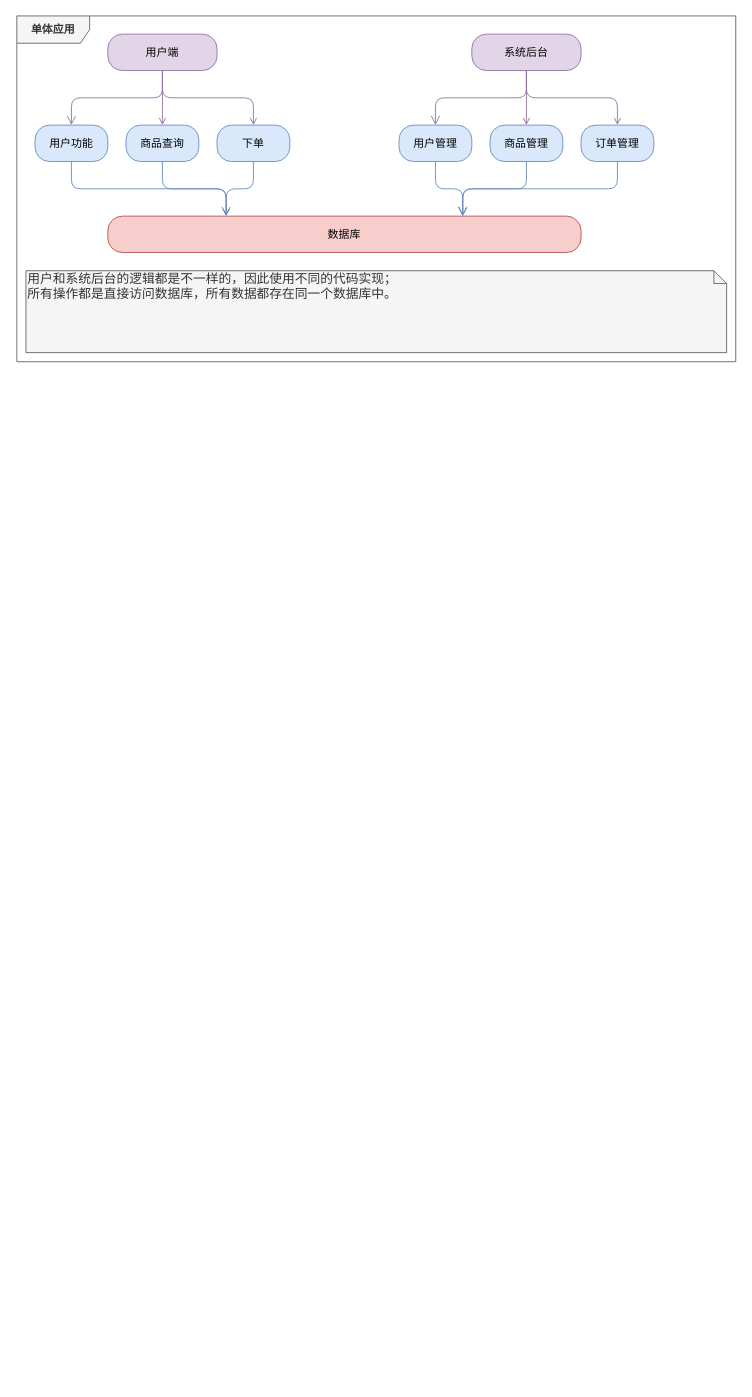
The draw.io diagram page "微服务架构演变" (2 of 2) of tyz-流程图.drawio in Woobhurk/tyz-pic-repo, before the edit. Source tidied: cells renumbered, new cells numbered last; positions are measured from the earlier drawing's top-left corner, leaving out a move shared by most shapes. Both pictures are drawn from the tidied source at 91%, with x=0, y=0 at pixel (16, 15).
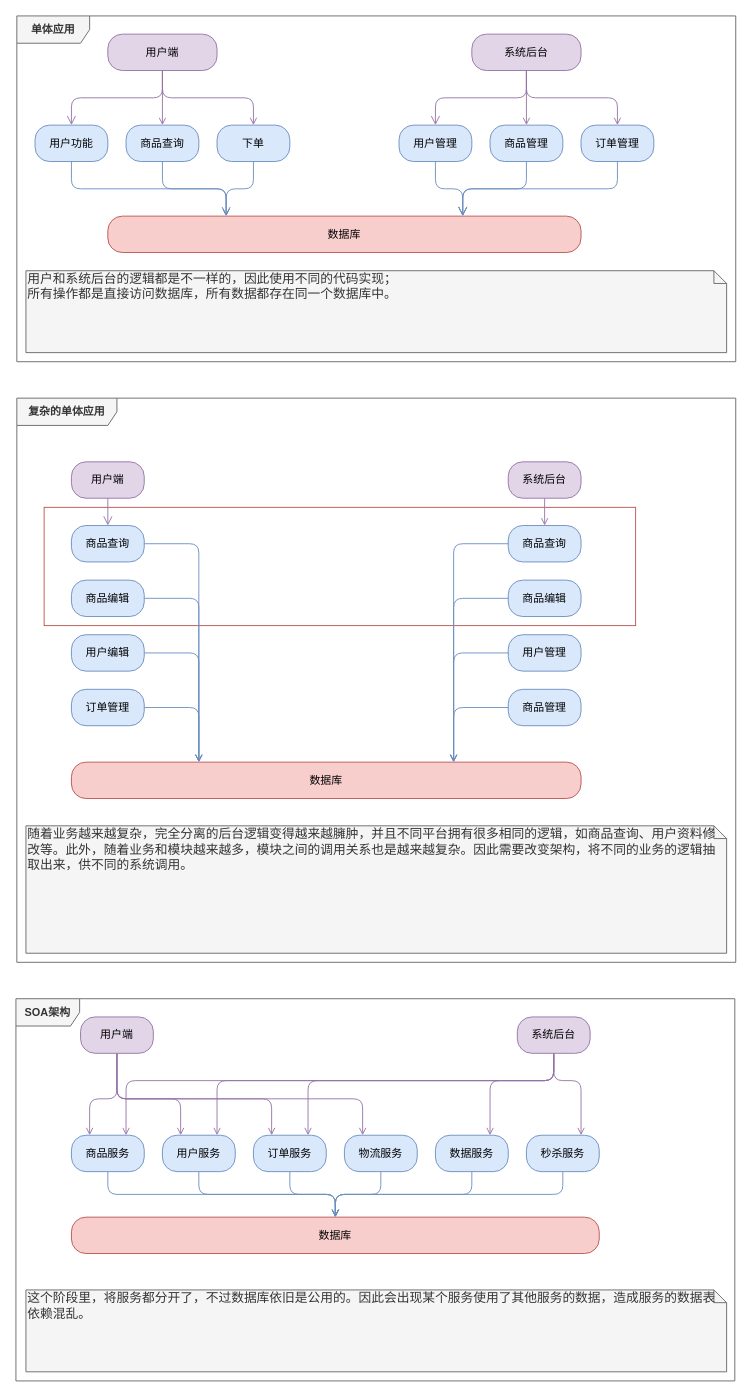
The same diagram, later.

The change refers to these unchanged cells:
```xml
<mxCell id="5" value="用户端" style="rounded=1;whiteSpace=wrap;html=1;arcSize=40;fillColor=#e1d5e7;strokeColor=#9673a6;" parent="1" vertex="1">
  <mxGeometry x="100" y="20" width="120" height="40" as="geometry" />
</mxCell>
<mxCell id="9" value="系统后台" style="rounded=1;whiteSpace=wrap;html=1;arcSize=40;fillColor=#e1d5e7;strokeColor=#9673a6;" parent="1" vertex="1">
  <mxGeometry x="500" y="20" width="120" height="40" as="geometry" />
</mxCell>
<mxCell id="13" value="商品管理" style="rounded=1;whiteSpace=wrap;html=1;arcSize=40;fillColor=#dae8fc;strokeColor=#6c8ebf;" parent="1" vertex="1">
  <mxGeometry x="520" y="120" width="80" height="40" as="geometry" />
</mxCell>
<mxCell id="15" value="订单管理" style="rounded=1;whiteSpace=wrap;html=1;arcSize=40;fillColor=#dae8fc;strokeColor=#6c8ebf;" parent="1" vertex="1">
  <mxGeometry x="620" y="120" width="80" height="40" as="geometry" />
</mxCell>
<mxCell id="17" value="用户功能" style="rounded=1;whiteSpace=wrap;html=1;arcSize=40;fillColor=#dae8fc;strokeColor=#6c8ebf;" parent="1" vertex="1">
  <mxGeometry x="20" y="120" width="80" height="40" as="geometry" />
</mxCell>
<mxCell id="20" value="商品查询" style="rounded=1;whiteSpace=wrap;html=1;arcSize=40;fillColor=#dae8fc;strokeColor=#6c8ebf;" parent="1" vertex="1">
  <mxGeometry x="120" y="120" width="80" height="40" as="geometry" />
</mxCell>
<mxCell id="22" value="下单" style="rounded=1;whiteSpace=wrap;html=1;arcSize=40;fillColor=#dae8fc;strokeColor=#6c8ebf;" parent="1" vertex="1">
  <mxGeometry x="220" y="120" width="80" height="40" as="geometry" />
</mxCell>
<mxCell id="23" value="数据库" style="rounded=1;whiteSpace=wrap;html=1;arcSize=40;fillColor=#f8cecc;strokeColor=#b85450;fontStyle=0;" parent="1" vertex="1">
  <mxGeometry x="100" y="220" width="520" height="40" as="geometry" />
</mxCell>
```

The edit, as a diff of the source:
```diff
@@
+    <mxCell id="25" value="SOA架构" style="shape=umlFrame;whiteSpace=wrap;html=1;fillColor=#f5f5f5;fontSize=12;strokeColor=#666666;fontColor=#333333;fontStyle=1;width=70;height=30;" parent="1" vertex="1">
+      <mxGeometry x="-1" y="1080" width="790" height="420" as="geometry" />
+    </mxCell>
+    <mxCell id="26" style="rounded=0;whiteSpace=wrap;html=1;fillColor=none;strokeColor=#b85450;" parent="1" vertex="1">
+      <mxGeometry x="30" y="540" width="650" height="130" as="geometry" />
+    </mxCell>
@@
-    <mxCell id="3" style="edgeStyle=orthogonalEdgeStyle;rounded=1;jettySize=auto;html=1;exitX=0.5;exitY=1;exitDx=0;exitDy=0;entryX=0.5;entryY=0;entryDx=0;entryDy=0;strokeColor=#9673a6;fillColor=#e1d5e7;endArrow=open;endFill=0;" parent="1" edge="1" source="5" target="20">
+    <mxCell id="3" style="edgeStyle=orthogonalEdgeStyle;rounded=1;jettySize=auto;html=1;exitX=0.5;exitY=1;exitDx=0;exitDy=0;entryX=0.5;entryY=0;entryDx=0;entryDy=0;strokeColor=#9673a6;fillColor=#e1d5e7;endArrow=open;endFill=0;verticalAlign=bottom;" parent="1" edge="1" source="5" target="20">
       <mxGeometry relative="1" as="geometry" />
     </mxCell>
-    <mxCell id="4" style="edgeStyle=orthogonalEdgeStyle;rounded=1;jettySize=auto;html=1;exitX=0.5;exitY=1;exitDx=0;exitDy=0;strokeColor=#9673a6;fillColor=#e1d5e7;endArrow=open;endFill=0;" parent="1" edge="1" source="5" target="22">
+    <mxCell id="4" style="edgeStyle=orthogonalEdgeStyle;rounded=1;jettySize=auto;html=1;exitX=0.5;exitY=1;exitDx=0;exitDy=0;strokeColor=#9673a6;fillColor=#e1d5e7;endArrow=open;endFill=0;verticalAlign=bottom;" parent="1" edge="1" source="5" target="22">
       <mxGeometry relative="1" as="geometry" />
     </mxCell>
@@
-    <mxCell id="7" style="edgeStyle=orthogonalEdgeStyle;rounded=1;jettySize=auto;html=1;exitX=0.5;exitY=1;exitDx=0;exitDy=0;entryX=0.5;entryY=0;entryDx=0;entryDy=0;strokeColor=#9673a6;fillColor=#e1d5e7;endArrow=open;endFill=0;" parent="1" edge="1" source="9" target="13">
+    <mxCell id="7" style="edgeStyle=orthogonalEdgeStyle;rounded=1;jettySize=auto;html=1;exitX=0.5;exitY=1;exitDx=0;exitDy=0;entryX=0.5;entryY=0;entryDx=0;entryDy=0;strokeColor=#9673a6;fillColor=#e1d5e7;endArrow=open;endFill=0;verticalAlign=bottom;" parent="1" edge="1" source="9" target="13">
       <mxGeometry relative="1" as="geometry" />
     </mxCell>
-    <mxCell id="8" style="edgeStyle=orthogonalEdgeStyle;rounded=1;jettySize=auto;html=1;exitX=0.5;exitY=1;exitDx=0;exitDy=0;entryX=0.5;entryY=0;entryDx=0;entryDy=0;strokeColor=#9673a6;fillColor=#e1d5e7;endArrow=open;endFill=0;" parent="1" edge="1" source="9" target="15">
+    <mxCell id="8" style="edgeStyle=orthogonalEdgeStyle;rounded=1;jettySize=auto;html=1;exitX=0.5;exitY=1;exitDx=0;exitDy=0;entryX=0.5;entryY=0;entryDx=0;entryDy=0;strokeColor=#9673a6;fillColor=#e1d5e7;endArrow=open;endFill=0;verticalAlign=bottom;" parent="1" edge="1" source="9" target="15">
       <mxGeometry relative="1" as="geometry" />
     </mxCell>
@@
-    <mxCell id="18" style="edgeStyle=orthogonalEdgeStyle;html=1;verticalAlign=bottom;endArrow=open;endSize=8;strokeColor=#6c8ebf;entryX=0.25;entryY=0;entryDx=0;entryDy=0;fillColor=#dae8fc;endFill=0;" parent="1" edge="1" source="17" target="23">
+    <mxCell id="18" style="edgeStyle=orthogonalEdgeStyle;html=1;verticalAlign=bottom;endArrow=open;endSize=8;strokeColor=#6c8ebf;entryX=0.25;entryY=0;entryDx=0;entryDy=0;fillColor=#dae8fc;endFill=0;rounded=1;" parent="1" edge="1" source="17" target="23">
       <mxGeometry relative="1" as="geometry">
         <Array as="points">
           <mxPoint x="60" y="190" />
           <mxPoint x="230" y="190" />
         </Array>
       </mxGeometry>
     </mxCell>
-    <mxCell id="19" style="edgeStyle=orthogonalEdgeStyle;rounded=1;jettySize=auto;html=1;exitX=0.5;exitY=1;exitDx=0;exitDy=0;entryX=0.25;entryY=0;entryDx=0;entryDy=0;strokeColor=#6c8ebf;fillColor=#dae8fc;endArrow=open;endFill=0;" parent="1" edge="1" source="20" target="23">
+    <mxCell id="19" style="edgeStyle=orthogonalEdgeStyle;rounded=1;jettySize=auto;html=1;exitX=0.5;exitY=1;exitDx=0;exitDy=0;entryX=0.25;entryY=0;entryDx=0;entryDy=0;strokeColor=#6c8ebf;fillColor=#dae8fc;endArrow=open;endFill=0;verticalAlign=bottom;" parent="1" edge="1" source="20" target="23">
       <mxGeometry relative="1" as="geometry">
         <Array as="points">
           <mxPoint x="160" y="190" />
           <mxPoint x="230" y="190" />
         </Array>
       </mxGeometry>
     </mxCell>
@@
-    <mxCell id="21" style="edgeStyle=orthogonalEdgeStyle;rounded=1;jettySize=auto;html=1;exitX=0.5;exitY=1;exitDx=0;exitDy=0;strokeColor=#6c8ebf;entryX=0.25;entryY=0;entryDx=0;entryDy=0;fillColor=#dae8fc;endArrow=open;endFill=0;" parent="1" edge="1" source="22" target="23">
+    <mxCell id="21" style="edgeStyle=orthogonalEdgeStyle;rounded=1;jettySize=auto;html=1;exitX=0.5;exitY=1;exitDx=0;exitDy=0;strokeColor=#6c8ebf;entryX=0.25;entryY=0;entryDx=0;entryDy=0;fillColor=#dae8fc;endArrow=open;endFill=0;verticalAlign=bottom;" parent="1" edge="1" source="22" target="23">
       <mxGeometry relative="1" as="geometry">
         <Array as="points">
           <mxPoint x="260" y="190" />
           <mxPoint x="230" y="190" />
         </Array>
       </mxGeometry>
     </mxCell>
@@
+    <mxCell id="27" value="用户端" style="rounded=1;whiteSpace=wrap;html=1;arcSize=40;fillColor=#e1d5e7;strokeColor=#9673a6;" parent="1" vertex="1">
+      <mxGeometry x="60" y="490" width="80" height="40" as="geometry" />
+    </mxCell>
+    <mxCell id="28" style="edgeStyle=orthogonalEdgeStyle;html=1;verticalAlign=bottom;endArrow=open;endSize=8;strokeColor=#9673a6;entryX=0.5;entryY=0;entryDx=0;entryDy=0;fillColor=#e1d5e7;rounded=1;" parent="1" edge="1" source="27" target="32">
+      <mxGeometry relative="1" as="geometry" />
+    </mxCell>
+    <mxCell id="29" style="edgeStyle=orthogonalEdgeStyle;rounded=1;jettySize=auto;html=1;exitX=0.5;exitY=1;exitDx=0;exitDy=0;entryX=0.5;entryY=0;entryDx=0;entryDy=0;endArrow=open;endFill=0;fillColor=#e1d5e7;strokeColor=#9673a6;verticalAlign=bottom;" parent="1" edge="1" source="30" target="40">
+      <mxGeometry relative="1" as="geometry" />
+    </mxCell>
+    <mxCell id="30" value="系统后台" style="rounded=1;whiteSpace=wrap;html=1;arcSize=40;fillColor=#e1d5e7;strokeColor=#9673a6;" parent="1" vertex="1">
+      <mxGeometry x="540" y="490" width="80" height="40" as="geometry" />
+    </mxCell>
+    <mxCell id="31" style="edgeStyle=orthogonalEdgeStyle;rounded=1;jettySize=auto;html=1;exitX=1;exitY=0.5;exitDx=0;exitDy=0;entryX=0.25;entryY=0;entryDx=0;entryDy=0;endArrow=open;endFill=0;fillColor=#dae8fc;strokeColor=#6c8ebf;verticalAlign=bottom;" parent="1" edge="1" source="32" target="47">
+      <mxGeometry relative="1" as="geometry" />
+    </mxCell>
+    <mxCell id="32" value="商品查询" style="rounded=1;whiteSpace=wrap;html=1;arcSize=40;fillColor=#dae8fc;strokeColor=#6c8ebf;" parent="1" vertex="1">
+      <mxGeometry x="60" y="560" width="80" height="40" as="geometry" />
+    </mxCell>
+    <mxCell id="33" style="edgeStyle=orthogonalEdgeStyle;rounded=1;jettySize=auto;html=1;exitX=1;exitY=0.5;exitDx=0;exitDy=0;entryX=0.25;entryY=0;entryDx=0;entryDy=0;endArrow=open;endFill=0;fillColor=#dae8fc;strokeColor=#6c8ebf;verticalAlign=bottom;" parent="1" edge="1" source="34" target="47">
+      <mxGeometry relative="1" as="geometry" />
+    </mxCell>
+    <mxCell id="34" value="用户编辑" style="rounded=1;whiteSpace=wrap;html=1;arcSize=40;fillColor=#dae8fc;strokeColor=#6c8ebf;" parent="1" vertex="1">
+      <mxGeometry x="60" y="680" width="80" height="40" as="geometry" />
+    </mxCell>
+    <mxCell id="35" style="edgeStyle=orthogonalEdgeStyle;rounded=1;jettySize=auto;html=1;exitX=1;exitY=0.5;exitDx=0;exitDy=0;endArrow=open;endFill=0;entryX=0.25;entryY=0;entryDx=0;entryDy=0;fillColor=#dae8fc;strokeColor=#6c8ebf;verticalAlign=bottom;" parent="1" edge="1" source="36" target="47">
+      <mxGeometry relative="1" as="geometry" />
+    </mxCell>
+    <mxCell id="36" value="商品编辑" style="rounded=1;whiteSpace=wrap;html=1;arcSize=40;fillColor=#dae8fc;strokeColor=#6c8ebf;" parent="1" vertex="1">
+      <mxGeometry x="60" y="620" width="80" height="40" as="geometry" />
+    </mxCell>
+    <mxCell id="37" style="edgeStyle=orthogonalEdgeStyle;rounded=1;jettySize=auto;html=1;exitX=1;exitY=0.5;exitDx=0;exitDy=0;entryX=0.25;entryY=0;entryDx=0;entryDy=0;endArrow=open;endFill=0;fillColor=#dae8fc;strokeColor=#6c8ebf;verticalAlign=bottom;" parent="1" edge="1" source="38" target="47">
+      <mxGeometry relative="1" as="geometry" />
+    </mxCell>
+    <mxCell id="38" value="订单管理" style="rounded=1;whiteSpace=wrap;html=1;arcSize=40;fillColor=#dae8fc;strokeColor=#6c8ebf;" parent="1" vertex="1">
+      <mxGeometry x="60" y="740" width="80" height="40" as="geometry" />
+    </mxCell>
+    <mxCell id="39" style="edgeStyle=orthogonalEdgeStyle;rounded=1;jettySize=auto;html=1;exitX=0;exitY=0.5;exitDx=0;exitDy=0;entryX=0.75;entryY=0;entryDx=0;entryDy=0;endArrow=open;endFill=0;fillColor=#dae8fc;strokeColor=#6c8ebf;verticalAlign=bottom;" parent="1" edge="1" source="40" target="47">
+      <mxGeometry relative="1" as="geometry" />
+    </mxCell>
+    <mxCell id="40" value="商品查询" style="rounded=1;whiteSpace=wrap;html=1;arcSize=40;fillColor=#dae8fc;strokeColor=#6c8ebf;" parent="1" vertex="1">
+      <mxGeometry x="540" y="560" width="80" height="40" as="geometry" />
+    </mxCell>
+    <mxCell id="41" style="edgeStyle=orthogonalEdgeStyle;rounded=1;jettySize=auto;html=1;exitX=0;exitY=0.5;exitDx=0;exitDy=0;endArrow=open;endFill=0;entryX=0.75;entryY=0;entryDx=0;entryDy=0;fillColor=#dae8fc;strokeColor=#6c8ebf;verticalAlign=bottom;" parent="1" edge="1" source="42" target="47">
+      <mxGeometry relative="1" as="geometry" />
+    </mxCell>
+    <mxCell id="42" value="商品编辑" style="rounded=1;whiteSpace=wrap;html=1;arcSize=40;fillColor=#dae8fc;strokeColor=#6c8ebf;" parent="1" vertex="1">
+      <mxGeometry x="540" y="620" width="80" height="40" as="geometry" />
+    </mxCell>
+    <mxCell id="43" style="edgeStyle=orthogonalEdgeStyle;rounded=1;jettySize=auto;html=1;exitX=0;exitY=0.5;exitDx=0;exitDy=0;entryX=0.75;entryY=0;entryDx=0;entryDy=0;endArrow=open;endFill=0;fillColor=#dae8fc;strokeColor=#6c8ebf;verticalAlign=bottom;" parent="1" edge="1" source="44" target="47">
+      <mxGeometry relative="1" as="geometry" />
+    </mxCell>
+    <mxCell id="44" value="用户管理" style="rounded=1;whiteSpace=wrap;html=1;arcSize=40;fillColor=#dae8fc;strokeColor=#6c8ebf;" parent="1" vertex="1">
+      <mxGeometry x="540" y="680" width="80" height="40" as="geometry" />
+    </mxCell>
+    <mxCell id="45" style="edgeStyle=orthogonalEdgeStyle;rounded=1;jettySize=auto;html=1;exitX=0;exitY=0.5;exitDx=0;exitDy=0;entryX=0.75;entryY=0;entryDx=0;entryDy=0;endArrow=open;endFill=0;fillColor=#dae8fc;strokeColor=#6c8ebf;verticalAlign=bottom;" parent="1" edge="1" source="46" target="47">
+      <mxGeometry relative="1" as="geometry" />
+    </mxCell>
+    <mxCell id="46" value="商品管理" style="rounded=1;whiteSpace=wrap;html=1;arcSize=40;fillColor=#dae8fc;strokeColor=#6c8ebf;" parent="1" vertex="1">
+      <mxGeometry x="540" y="740" width="80" height="40" as="geometry" />
+    </mxCell>
+    <mxCell id="47" value="数据库" style="rounded=1;whiteSpace=wrap;html=1;arcSize=40;fillColor=#f8cecc;strokeColor=#b85450;" parent="1" vertex="1">
+      <mxGeometry x="60" y="820" width="560" height="40" as="geometry" />
+    </mxCell>
+    <mxCell id="48" value="复杂的单体应用" style="shape=umlFrame;whiteSpace=wrap;html=1;fillColor=#f5f5f5;strokeColor=#666666;fontColor=#333333;fontStyle=1;width=110;height=30;" parent="1" vertex="1">
+      <mxGeometry y="420" width="790" height="620" as="geometry" />
+    </mxCell>
+    <mxCell id="49" value="随着业务越来越复杂，完全分离的后台逻辑变得越来越臃肿，并且不同平台拥有很多相同的逻辑，如商品查询、用户资料修改等。此外，随着业务和模块越来越多，模块之间的调用关系也是越来越复杂。因此需要改变架构，将不同的业务的逻辑抽取出来，供不同的系统调用。" style="shape=note;whiteSpace=wrap;html=1;size=14;verticalAlign=top;align=left;spacingTop=-6;fillColor=#f5f5f5;strokeColor=#666666;fontColor=#333333;fontSize=14;" parent="1" vertex="1">
+      <mxGeometry x="10" y="890" width="770" height="140" as="geometry" />
+    </mxCell>
+    <mxCell id="50" style="edgeStyle=orthogonalEdgeStyle;rounded=1;jettySize=auto;html=1;exitX=0.5;exitY=1;exitDx=0;exitDy=0;entryX=0.25;entryY=0;entryDx=0;entryDy=0;endArrow=open;endFill=0;fontSize=14;fillColor=#e1d5e7;strokeColor=#9673a6;" parent="1" edge="1" source="54" target="62">
+      <mxGeometry relative="1" as="geometry">
+        <Array as="points">
+          <mxPoint x="110" y="1190" />
+          <mxPoint x="80" y="1190" />
+        </Array>
+      </mxGeometry>
+    </mxCell>
+    <mxCell id="51" style="edgeStyle=orthogonalEdgeStyle;rounded=1;jettySize=auto;html=1;exitX=0.5;exitY=1;exitDx=0;exitDy=0;entryX=0.25;entryY=0;entryDx=0;entryDy=0;endArrow=open;endFill=0;fontSize=14;fillColor=#e1d5e7;strokeColor=#9673a6;" parent="1" edge="1" source="54" target="64">
+      <mxGeometry relative="1" as="geometry">
+        <Array as="points">
+          <mxPoint x="110" y="1190" />
+          <mxPoint x="180" y="1190" />
+        </Array>
+      </mxGeometry>
+    </mxCell>
+    <mxCell id="52" style="edgeStyle=orthogonalEdgeStyle;rounded=1;jettySize=auto;html=1;exitX=0.5;exitY=1;exitDx=0;exitDy=0;entryX=0.25;entryY=0;entryDx=0;entryDy=0;endArrow=open;endFill=0;fontSize=14;fillColor=#e1d5e7;strokeColor=#9673a6;" parent="1" edge="1" source="54" target="66">
+      <mxGeometry relative="1" as="geometry">
+        <Array as="points">
+          <mxPoint x="110" y="1190" />
+          <mxPoint x="280" y="1190" />
+        </Array>
+      </mxGeometry>
+    </mxCell>
+    <mxCell id="53" style="edgeStyle=orthogonalEdgeStyle;rounded=1;jettySize=auto;html=1;exitX=0.5;exitY=1;exitDx=0;exitDy=0;entryX=0.25;entryY=0;entryDx=0;entryDy=0;endArrow=open;endFill=0;fontSize=14;fillColor=#e1d5e7;strokeColor=#9673a6;" parent="1" edge="1" source="54" target="68">
+      <mxGeometry relative="1" as="geometry">
+        <Array as="points">
+          <mxPoint x="110" y="1190" />
+          <mxPoint x="380" y="1190" />
+        </Array>
+      </mxGeometry>
+    </mxCell>
+    <mxCell id="54" value="用户端" style="rounded=1;whiteSpace=wrap;html=1;arcSize=40;fillColor=#e1d5e7;strokeColor=#9673a6;" parent="1" vertex="1">
+      <mxGeometry x="70" y="1100" width="80" height="40" as="geometry" />
+    </mxCell>
+    <mxCell id="55" style="edgeStyle=orthogonalEdgeStyle;rounded=1;jettySize=auto;html=1;exitX=0.5;exitY=1;exitDx=0;exitDy=0;entryX=0.75;entryY=0;entryDx=0;entryDy=0;endArrow=open;endFill=0;fontSize=14;fillColor=#e1d5e7;strokeColor=#9673a6;" parent="1" edge="1" source="60" target="72">
+      <mxGeometry relative="1" as="geometry">
+        <Array as="points">
+          <mxPoint x="590" y="1170" />
+          <mxPoint x="620" y="1170" />
+        </Array>
+      </mxGeometry>
+    </mxCell>
+    <mxCell id="56" style="edgeStyle=orthogonalEdgeStyle;rounded=1;jettySize=auto;html=1;exitX=0.5;exitY=1;exitDx=0;exitDy=0;entryX=0.75;entryY=0;entryDx=0;entryDy=0;endArrow=open;endFill=0;fontSize=14;fillColor=#e1d5e7;strokeColor=#9673a6;" parent="1" edge="1" source="60" target="70">
+      <mxGeometry relative="1" as="geometry">
+        <Array as="points">
+          <mxPoint x="590" y="1170" />
+          <mxPoint x="520" y="1170" />
+        </Array>
+      </mxGeometry>
+    </mxCell>
+    <mxCell id="57" style="edgeStyle=orthogonalEdgeStyle;rounded=1;jettySize=auto;html=1;exitX=0.5;exitY=1;exitDx=0;exitDy=0;entryX=0.75;entryY=0;entryDx=0;entryDy=0;endArrow=open;endFill=0;fontSize=14;fillColor=#e1d5e7;strokeColor=#9673a6;" parent="1" edge="1" source="60" target="66">
+      <mxGeometry relative="1" as="geometry">
+        <Array as="points">
+          <mxPoint x="590" y="1170" />
+          <mxPoint x="320" y="1170" />
+        </Array>
+      </mxGeometry>
+    </mxCell>
+    <mxCell id="58" style="edgeStyle=orthogonalEdgeStyle;rounded=1;jettySize=auto;html=1;exitX=0.5;exitY=1;exitDx=0;exitDy=0;entryX=0.75;entryY=0;entryDx=0;entryDy=0;endArrow=open;endFill=0;fontSize=14;fillColor=#e1d5e7;strokeColor=#9673a6;" parent="1" edge="1" source="60" target="64">
+      <mxGeometry relative="1" as="geometry">
+        <Array as="points">
+          <mxPoint x="590" y="1170" />
+          <mxPoint x="220" y="1170" />
+        </Array>
+      </mxGeometry>
+    </mxCell>
+    <mxCell id="59" style="edgeStyle=orthogonalEdgeStyle;rounded=1;jettySize=auto;html=1;exitX=0.5;exitY=1;exitDx=0;exitDy=0;entryX=0.75;entryY=0;entryDx=0;entryDy=0;endArrow=open;endFill=0;fontSize=14;fillColor=#e1d5e7;strokeColor=#9673a6;" parent="1" edge="1" source="60" target="62">
+      <mxGeometry relative="1" as="geometry">
+        <Array as="points">
+          <mxPoint x="590" y="1170" />
+          <mxPoint x="120" y="1170" />
+        </Array>
+      </mxGeometry>
+    </mxCell>
+    <mxCell id="60" value="系统后台" style="rounded=1;whiteSpace=wrap;html=1;arcSize=40;fillColor=#e1d5e7;strokeColor=#9673a6;" parent="1" vertex="1">
+      <mxGeometry x="550" y="1100" width="80" height="40" as="geometry" />
+    </mxCell>
+    <mxCell id="61" style="edgeStyle=orthogonalEdgeStyle;rounded=1;jettySize=auto;html=1;exitX=0.5;exitY=1;exitDx=0;exitDy=0;entryX=0.5;entryY=0;entryDx=0;entryDy=0;endArrow=open;endFill=0;fontSize=14;fillColor=#dae8fc;strokeColor=#6c8ebf;" parent="1" edge="1" source="62" target="73">
+      <mxGeometry relative="1" as="geometry" />
+    </mxCell>
+    <mxCell id="62" value="商品服务" style="rounded=1;whiteSpace=wrap;html=1;arcSize=40;fillColor=#dae8fc;strokeColor=#6c8ebf;" parent="1" vertex="1">
+      <mxGeometry x="60" y="1230" width="80" height="40" as="geometry" />
+    </mxCell>
+    <mxCell id="63" style="edgeStyle=orthogonalEdgeStyle;rounded=1;jettySize=auto;html=1;exitX=0.5;exitY=1;exitDx=0;exitDy=0;endArrow=open;endFill=0;fontSize=14;entryX=0.5;entryY=0;entryDx=0;entryDy=0;fillColor=#dae8fc;strokeColor=#6c8ebf;" parent="1" edge="1" source="64" target="73">
+      <mxGeometry relative="1" as="geometry" />
+    </mxCell>
+    <mxCell id="64" value="用户服务" style="rounded=1;whiteSpace=wrap;html=1;arcSize=40;fillColor=#dae8fc;strokeColor=#6c8ebf;" parent="1" vertex="1">
+      <mxGeometry x="160" y="1230" width="80" height="40" as="geometry" />
+    </mxCell>
+    <mxCell id="65" style="edgeStyle=orthogonalEdgeStyle;rounded=1;jettySize=auto;html=1;exitX=0.5;exitY=1;exitDx=0;exitDy=0;entryX=0.5;entryY=0;entryDx=0;entryDy=0;endArrow=open;endFill=0;fontSize=14;fillColor=#dae8fc;strokeColor=#6c8ebf;" parent="1" edge="1" source="66" target="73">
+      <mxGeometry relative="1" as="geometry" />
+    </mxCell>
+    <mxCell id="66" value="订单服务" style="rounded=1;whiteSpace=wrap;html=1;arcSize=40;fillColor=#dae8fc;strokeColor=#6c8ebf;" parent="1" vertex="1">
+      <mxGeometry x="260" y="1230" width="80" height="40" as="geometry" />
+    </mxCell>
+    <mxCell id="67" style="edgeStyle=orthogonalEdgeStyle;rounded=1;jettySize=auto;html=1;exitX=0.5;exitY=1;exitDx=0;exitDy=0;entryX=0.5;entryY=0;entryDx=0;entryDy=0;endArrow=open;endFill=0;fontSize=14;fillColor=#dae8fc;strokeColor=#6c8ebf;" parent="1" edge="1" source="68" target="73">
+      <mxGeometry relative="1" as="geometry" />
+    </mxCell>
+    <mxCell id="68" value="物流服务" style="rounded=1;whiteSpace=wrap;html=1;arcSize=40;fillColor=#dae8fc;strokeColor=#6c8ebf;" parent="1" vertex="1">
+      <mxGeometry x="360" y="1230" width="80" height="40" as="geometry" />
+    </mxCell>
+    <mxCell id="69" style="edgeStyle=orthogonalEdgeStyle;rounded=1;jettySize=auto;html=1;exitX=0.5;exitY=1;exitDx=0;exitDy=0;entryX=0.5;entryY=0;entryDx=0;entryDy=0;endArrow=open;endFill=0;fontSize=14;fillColor=#dae8fc;strokeColor=#6c8ebf;" parent="1" edge="1" source="70" target="73">
+      <mxGeometry relative="1" as="geometry" />
+    </mxCell>
+    <mxCell id="70" value="数据服务" style="rounded=1;whiteSpace=wrap;html=1;arcSize=40;fillColor=#dae8fc;strokeColor=#6c8ebf;" parent="1" vertex="1">
+      <mxGeometry x="460" y="1230" width="80" height="40" as="geometry" />
+    </mxCell>
+    <mxCell id="71" style="edgeStyle=orthogonalEdgeStyle;rounded=1;jettySize=auto;html=1;exitX=0.5;exitY=1;exitDx=0;exitDy=0;entryX=0.5;entryY=0;entryDx=0;entryDy=0;endArrow=open;endFill=0;fontSize=14;fillColor=#dae8fc;strokeColor=#6c8ebf;" parent="1" edge="1" source="72" target="73">
+      <mxGeometry relative="1" as="geometry" />
+    </mxCell>
+    <mxCell id="72" value="秒杀服务" style="rounded=1;whiteSpace=wrap;html=1;arcSize=40;fillColor=#dae8fc;strokeColor=#6c8ebf;" parent="1" vertex="1">
+      <mxGeometry x="560" y="1230" width="80" height="40" as="geometry" />
+    </mxCell>
+    <mxCell id="73" value="数据库" style="rounded=1;whiteSpace=wrap;html=1;arcSize=40;fillColor=#f8cecc;strokeColor=#b85450;" parent="1" vertex="1">
+      <mxGeometry x="60" y="1320" width="580" height="40" as="geometry" />
+    </mxCell>
+    <mxCell id="74" value="这个阶段里，将服务都分开了，不过数据库依旧是公用的。因此会出现某个服务使用了其他服务的数据，造成服务的数据表依赖混乱。" style="shape=note;whiteSpace=wrap;html=1;size=14;verticalAlign=top;align=left;spacingTop=-6;fillColor=#f5f5f5;fontSize=14;strokeColor=#666666;fontColor=#333333;" parent="1" vertex="1">
+      <mxGeometry x="10" y="1400" width="770" height="90" as="geometry" />
+    </mxCell>
```
